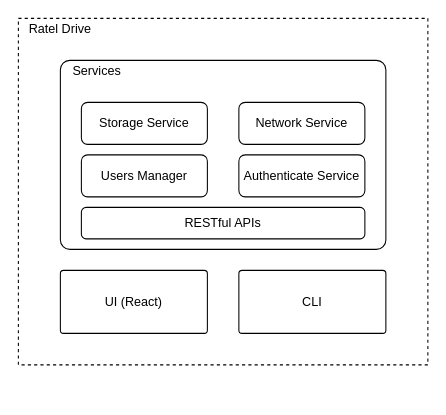
This is docs/diagrams/architectures.drawio from RatelData/ratel-drive-core, a draw.io file, before an edit. Source tidied: cells renumbered, new cells numbered last; positions are measured from the earlier drawing's top-left corner, leaving out a move shared by most shapes. Both pictures are drawn from the tidied source at 105%, with x=0, y=0 at pixel (18, 18).
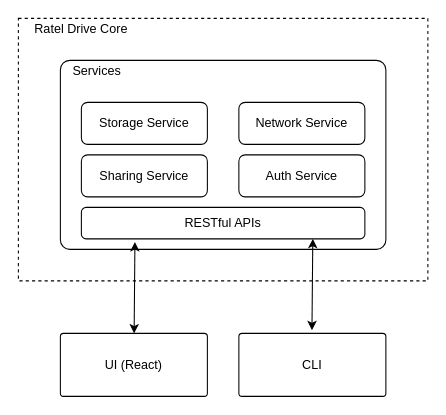
Above is the later version.

Commit message (it also covers changes not shown here):
update: architectures diagram update: project skeleton add: go modules

The edit, as a diff of the source:
```diff
@@
 <mxGraphModel>
   <root>
     <mxCell id="0" />
     <mxCell id="1" parent="0" />
     <mxCell id="2" style="rounded=0;whiteSpace=wrap;html=1;fillColor=none;dashed=1;" parent="1" vertex="1">
-      <mxGeometry width="390" height="330" as="geometry" />
+      <mxGeometry width="390" height="250" as="geometry" />
     </mxCell>
     <mxCell id="3" style="rounded=1;whiteSpace=wrap;html=1;arcSize=5;fillColor=none;" parent="1" vertex="1">
       <mxGeometry x="40" y="40" width="310" height="180" as="geometry" />
     </mxCell>
     <mxCell id="4" value="UI (React)" style="rounded=1;whiteSpace=wrap;html=1;arcSize=5;fillColor=none;" parent="1" vertex="1">
-      <mxGeometry x="40" y="240" width="140" height="60" as="geometry" />
+      <mxGeometry x="40" y="300" width="140" height="60" as="geometry" />
     </mxCell>
-    <mxCell id="5" value="Ratel Drive" style="text;html=1;strokeColor=none;fillColor=none;align=center;verticalAlign=middle;whiteSpace=wrap;rounded=0;dashed=1;" parent="1" vertex="1">
-      <mxGeometry width="80" height="20" as="geometry" />
+    <mxCell id="5" value="Ratel Drive Core" style="text;html=1;strokeColor=none;fillColor=none;align=center;verticalAlign=middle;whiteSpace=wrap;rounded=0;dashed=1;" parent="1" vertex="1">
+      <mxGeometry width="120" height="20" as="geometry" />
     </mxCell>
     <mxCell id="6" value="Services" style="text;html=1;strokeColor=none;fillColor=none;align=center;verticalAlign=middle;whiteSpace=wrap;rounded=0;" parent="1" vertex="1">
       <mxGeometry x="40" y="40" width="70" height="20" as="geometry" />
     </mxCell>
     <mxCell id="7" value="RESTful APIs" style="rounded=1;whiteSpace=wrap;html=1;fillColor=none;perimeterSpacing=0;" parent="1" vertex="1">
       <mxGeometry x="60" y="180" width="270" height="30" as="geometry" />
     </mxCell>
     <mxCell id="8" value="CLI" style="rounded=1;whiteSpace=wrap;html=1;arcSize=5;fillColor=none;" parent="1" vertex="1">
-      <mxGeometry x="210" y="240" width="140" height="60" as="geometry" />
+      <mxGeometry x="210" y="300" width="140" height="60" as="geometry" />
     </mxCell>
     <mxCell id="9" value="Storage Service" style="rounded=1;whiteSpace=wrap;html=1;fillColor=none;perimeterSpacing=0;" parent="1" vertex="1">
       <mxGeometry x="60" y="80" width="120" height="40" as="geometry" />
     </mxCell>
-    <mxCell id="10" value="Users Manager" style="rounded=1;whiteSpace=wrap;html=1;fillColor=none;perimeterSpacing=0;" parent="1" vertex="1">
+    <mxCell id="10" value="Sharing Service" style="rounded=1;whiteSpace=wrap;html=1;fillColor=none;perimeterSpacing=0;" parent="1" vertex="1">
       <mxGeometry x="60" y="130" width="120" height="40" as="geometry" />
     </mxCell>
     <mxCell id="11" value="Network Service" style="rounded=1;whiteSpace=wrap;html=1;fillColor=none;perimeterSpacing=0;" parent="1" vertex="1">
       <mxGeometry x="210" y="80" width="120" height="40" as="geometry" />
     </mxCell>
-    <mxCell id="12" value="Authenticate Service" style="rounded=1;whiteSpace=wrap;html=1;fillColor=none;perimeterSpacing=0;" parent="1" vertex="1">
+    <mxCell id="12" value="Auth Service" style="rounded=1;whiteSpace=wrap;html=1;fillColor=none;perimeterSpacing=0;" parent="1" vertex="1">
       <mxGeometry x="210" y="130" width="120" height="40" as="geometry" />
     </mxCell>
+    <mxCell id="13" style="endArrow=classic;startArrow=classic;html=1;" parent="1" edge="1" source="4">
+      <mxGeometry relative="1" as="geometry">
+        <mxPoint x="111" y="213" as="targetPoint" />
+      </mxGeometry>
+    </mxCell>
+    <mxCell id="14" style="endArrow=classic;startArrow=classic;html=1;" parent="1" edge="1">
+      <mxGeometry relative="1" as="geometry">
+        <mxPoint x="279.6" y="297" as="sourcePoint" />
+        <mxPoint x="280.4" y="210" as="targetPoint" />
+      </mxGeometry>
+    </mxCell>
   </root>
 </mxGraphModel>
```
